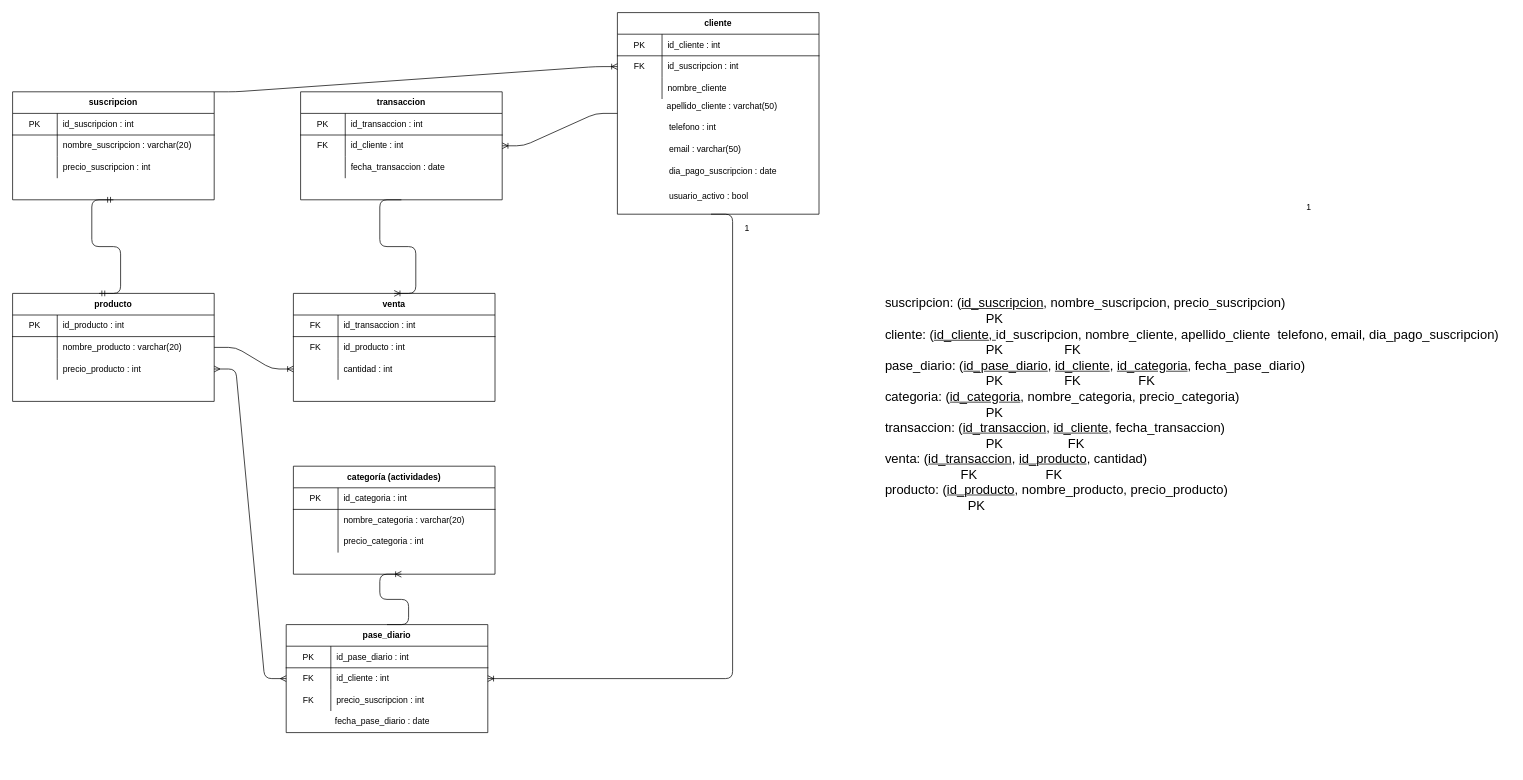
This is Modelo relacional Grupo4.drawio from rtesga/Talento_grupo4, a draw.io file, before an edit. Source tidied: cells renumbered, new cells numbered last; positions are measured from the earlier drawing's top-left corner, leaving out a move shared by most shapes. Both pictures are drawn from the tidied source at 72%, with x=0, y=0 at pixel (12, 12).
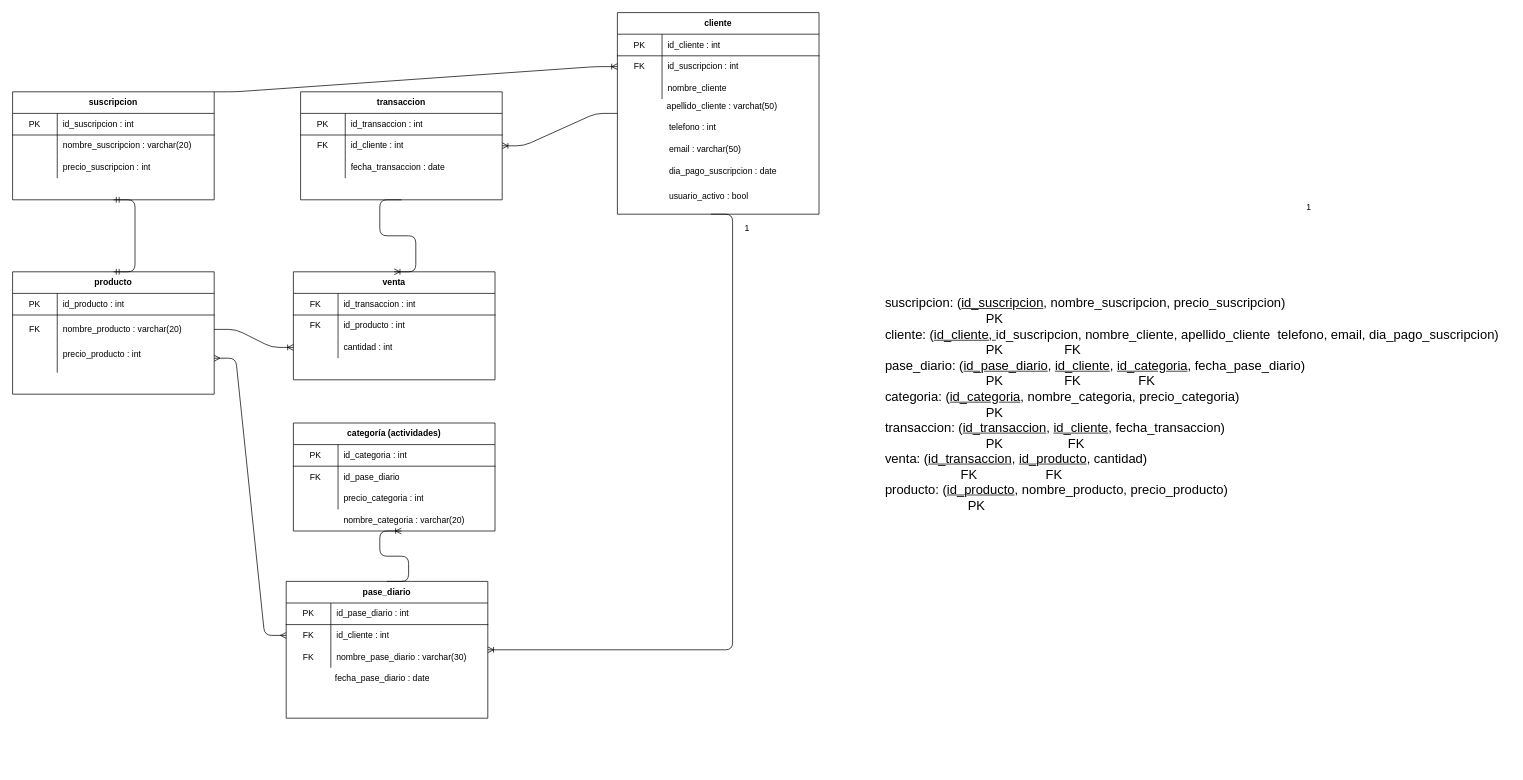
After the change.

The change refers to these unchanged cells:
```xml
<mxCell id="5" value="suscripcion" style="shape=table;html=1;whiteSpace=wrap;startSize=30;childLayout=tableLayout;rowLines=0;fontStyle=1;align=center;" parent="1" vertex="1">
  <mxGeometry y="110" width="280" height="150" as="geometry" />
</mxCell>
<mxCell id="46" style="shape=partialRectangle;html=1;whiteSpace=wrap;fillColor=none;top=0;left=0;bottom=0;right=0;" parent="39" vertex="1">
  <mxGeometry y="90" width="280" height="30" as="geometry" />
</mxCell>
<mxCell id="53" style="shape=partialRectangle;html=1;whiteSpace=wrap;fillColor=none;top=0;left=0;bottom=0;right=0;" parent="49" vertex="1">
  <mxGeometry y="60" width="280" height="30" as="geometry" />
</mxCell>
```

Diff of the diagram source:
```diff
@@
     <mxCell id="39" value="pase_diario" style="shape=table;html=1;whiteSpace=wrap;startSize=30;childLayout=tableLayout;rowLines=0;fontStyle=1;align=center;" parent="1" vertex="1">
-      <mxGeometry x="380" y="850" width="280" height="150" as="geometry" />
+      <mxGeometry x="380" y="790" width="280" height="190" as="geometry" />
     </mxCell>
@@
-    <mxCell id="48" value="precio_suscripcion : int" style="shape=partialRectangle;html=1;whiteSpace=wrap;fillColor=none;top=0;left=0;bottom=0;right=0;align=left;spacingLeft=6;overflow=hidden;" parent="46" vertex="1">
+    <mxCell id="48" value="nombre_pase_diario : varchar(30)" style="shape=partialRectangle;html=1;whiteSpace=wrap;fillColor=none;top=0;left=0;bottom=0;right=0;align=left;spacingLeft=6;overflow=hidden;" parent="46" vertex="1">
       <mxGeometry x="62" width="218" height="30" as="geometry" />
     </mxCell>
     <mxCell id="49" value="categoría (actividades)" style="shape=table;html=1;whiteSpace=wrap;startSize=30;childLayout=tableLayout;rowLines=0;fontStyle=1;align=center;" parent="1" vertex="1">
-      <mxGeometry x="390" y="630" width="280" height="150" as="geometry" />
+      <mxGeometry x="390" y="570" width="280" height="150" as="geometry" />
     </mxCell>
@@
-    <mxCell id="54" style="shape=partialRectangle;html=1;whiteSpace=wrap;fillColor=none;top=0;left=0;bottom=0;right=0;overflow=hidden;" parent="53" vertex="1">
+    <mxCell id="54" value="FK" style="shape=partialRectangle;html=1;whiteSpace=wrap;fillColor=none;top=0;left=0;bottom=0;right=0;overflow=hidden;" parent="53" vertex="1">
       <mxGeometry width="62" height="30" as="geometry" />
     </mxCell>
-    <mxCell id="55" value="nombre_categoria : varchar(20)&amp;nbsp;" style="shape=partialRectangle;html=1;whiteSpace=wrap;fillColor=none;top=0;left=0;bottom=0;right=0;align=left;spacingLeft=6;overflow=hidden;" parent="53" vertex="1">
+    <mxCell id="55" value="id_pase_diario" style="shape=partialRectangle;html=1;whiteSpace=wrap;fillColor=none;top=0;left=0;bottom=0;right=0;align=left;spacingLeft=6;overflow=hidden;" parent="53" vertex="1">
       <mxGeometry x="62" width="218" height="30" as="geometry" />
     </mxCell>
@@
     <mxCell id="59" value="venta" style="shape=table;html=1;whiteSpace=wrap;startSize=30;childLayout=tableLayout;rowLines=0;fontStyle=1;align=center;" parent="1" vertex="1">
-      <mxGeometry x="390" y="390" width="280" height="150" as="geometry" />
+      <mxGeometry x="390" y="360" width="280" height="150" as="geometry" />
     </mxCell>
@@
     <mxCell id="69" value="fecha_pase_diario : date" style="shape=partialRectangle;html=1;whiteSpace=wrap;fillColor=none;top=0;left=0;bottom=0;right=0;align=left;spacingLeft=6;overflow=hidden;" parent="1" vertex="1">
-      <mxGeometry x="440" y="970" width="218" height="30" as="geometry" />
+      <mxGeometry x="440" y="910" width="218" height="30" as="geometry" />
     </mxCell>
     <mxCell id="70" value="producto" style="shape=table;html=1;whiteSpace=wrap;startSize=30;childLayout=tableLayout;rowLines=0;fontStyle=1;align=center;" parent="1" vertex="1">
-      <mxGeometry y="390" width="280" height="150" as="geometry" />
+      <mxGeometry y="360" width="280" height="170" as="geometry" />
     </mxCell>
@@
     <mxCell id="74" style="shape=partialRectangle;html=1;whiteSpace=wrap;fillColor=none;top=0;left=0;bottom=0;right=0;points=[[0,0.5],[1,0.5]];portConstraint=eastwest;" parent="70" vertex="1">
-      <mxGeometry y="60" width="280" height="30" as="geometry" />
+      <mxGeometry y="60" width="280" height="40" as="geometry" />
     </mxCell>
-    <mxCell id="75" style="shape=partialRectangle;html=1;whiteSpace=wrap;fillColor=none;top=0;left=0;bottom=0;right=0;overflow=hidden;" parent="74" vertex="1">
-      <mxGeometry width="62" height="30" as="geometry" />
+    <mxCell id="75" value="FK" style="shape=partialRectangle;html=1;whiteSpace=wrap;fillColor=none;top=0;left=0;bottom=0;right=0;overflow=hidden;" parent="74" vertex="1">
+      <mxGeometry width="62" height="40" as="geometry" />
     </mxCell>
     <mxCell id="76" value="nombre_producto : varchar(20)&amp;nbsp;" style="shape=partialRectangle;html=1;whiteSpace=wrap;fillColor=none;top=0;left=0;bottom=0;right=0;align=left;spacingLeft=6;overflow=hidden;" parent="74" vertex="1">
-      <mxGeometry x="62" width="218" height="30" as="geometry" />
+      <mxGeometry x="62" width="218" height="40" as="geometry" />
     </mxCell>
     <mxCell id="77" style="shape=partialRectangle;html=1;whiteSpace=wrap;fillColor=none;top=0;left=0;bottom=0;right=0;points=[[0,0.5],[1,0.5]];portConstraint=eastwest;" parent="70" vertex="1">
-      <mxGeometry y="90" width="280" height="30" as="geometry" />
+      <mxGeometry y="100" width="280" height="40" as="geometry" />
     </mxCell>
     <mxCell id="78" style="shape=partialRectangle;html=1;whiteSpace=wrap;fillColor=none;top=0;left=0;bottom=0;right=0;overflow=hidden;" parent="77" vertex="1">
-      <mxGeometry width="62" height="30" as="geometry" />
+      <mxGeometry width="62" height="40" as="geometry" />
     </mxCell>
-    <mxCell id="79" value="precio_producto : int" style="shape=partialRectangle;html=1;whiteSpace=wrap;fillColor=none;top=0;left=0;bottom=0;right=0;align=left;spacingLeft=6;overflow=hidden;" parent="77" vertex="1">
-      <mxGeometry x="62" width="218" height="30" as="geometry" />
+    <mxCell id="79" style="shape=partialRectangle;html=1;whiteSpace=wrap;fillColor=none;top=0;left=0;bottom=0;right=0;align=left;spacingLeft=6;overflow=hidden;" parent="77" vertex="1">
+      <mxGeometry x="62" width="218" height="40" as="geometry" />
     </mxCell>
@@
-    <mxCell id="86" style="edgeStyle=entityRelationEdgeStyle;fontSize=12;html=1;endArrow=ERmandOne;startArrow=ERmandOne;entryX=0.5;entryY=1;entryDx=0;entryDy=0;" parent="1" edge="1" target="5">
-      <mxGeometry relative="1" as="geometry">
-        <mxPoint x="120" y="390" as="sourcePoint" />
-      </mxGeometry>
+    <mxCell id="86" style="edgeStyle=entityRelationEdgeStyle;fontSize=12;html=1;endArrow=ERmandOne;startArrow=ERmandOne;entryX=0.5;entryY=1;entryDx=0;entryDy=0;exitX=0.5;exitY=0;exitDx=0;exitDy=0;" parent="1" edge="1" source="70" target="5">
+      <mxGeometry relative="1" as="geometry" />
     </mxCell>
@@
     <mxCell id="89" style="edgeStyle=entityRelationEdgeStyle;fontSize=12;html=1;endArrow=ERoneToMany;exitX=0.5;exitY=0;exitDx=0;exitDy=0;" parent="1" edge="1" source="39">
       <mxGeometry relative="1" as="geometry">
-        <mxPoint x="540" y="780" as="targetPoint" />
+        <mxPoint x="540" y="720" as="targetPoint" />
       </mxGeometry>
     </mxCell>
+    <mxCell id="90" style="shape=partialRectangle;html=1;whiteSpace=wrap;fillColor=none;top=0;left=0;bottom=0;right=0;" parent="1" vertex="1">
+      <mxGeometry y="460" width="280" height="30" as="geometry" />
+    </mxCell>
+    <mxCell id="91" value="precio_producto : int" style="shape=partialRectangle;html=1;whiteSpace=wrap;fillColor=none;top=0;left=0;bottom=0;right=0;align=left;spacingLeft=6;overflow=hidden;" parent="90" vertex="1">
+      <mxGeometry x="62" width="218" height="30" as="geometry" />
+    </mxCell>
+    <mxCell id="92" style="shape=partialRectangle;html=1;whiteSpace=wrap;fillColor=none;top=0;left=0;bottom=0;right=0;" parent="1" vertex="1">
+      <mxGeometry x="390" y="690" width="280" height="30" as="geometry" />
+    </mxCell>
+    <mxCell id="93" style="shape=partialRectangle;html=1;whiteSpace=wrap;fillColor=none;top=0;left=0;bottom=0;right=0;overflow=hidden;" parent="92" vertex="1">
+      <mxGeometry width="62" height="30" as="geometry" />
+    </mxCell>
+    <mxCell id="94" value="nombre_categoria : varchar(20)&amp;nbsp;" style="shape=partialRectangle;html=1;whiteSpace=wrap;fillColor=none;top=0;left=0;bottom=0;right=0;align=left;spacingLeft=6;overflow=hidden;" parent="92" vertex="1">
+      <mxGeometry x="62" width="218" height="30" as="geometry" />
+    </mxCell>
```
